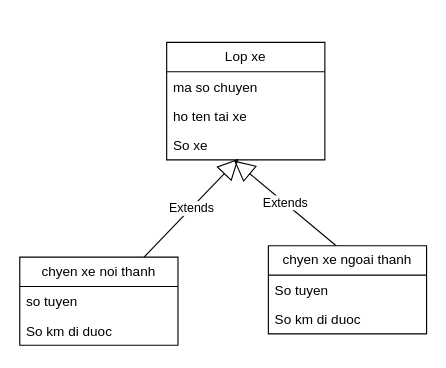
Minhhop09/labb5 keeps this draw.io diagram as Biểu đồ không có tiêu đề.drawio. Above is the earlier version. Source tidied: cells renumbered, new cells numbered last; positions are measured from the earlier drawing's top-left corner, leaving out a move shared by most shapes. Both pictures are drawn from the tidied source at 113%, with x=0, y=0 at pixel (19, 42).
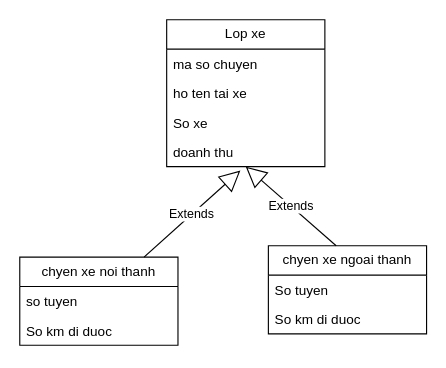
After the change.

Commit message (it also covers changes not shown here):
uml chuyen xe

The edit, as a diff of the source:
```diff
@@
 <mxGraphModel>
   <root>
     <mxCell id="0" />
     <mxCell id="1" parent="0" />
     <mxCell id="2" value="Lop xe" style="swimlane;fontStyle=0;horizontal=1;startSize=26;fillColor=none;whiteSpace=wrap;html=1;" parent="1" vertex="1">
-      <mxGeometry x="130" width="140" height="104" as="geometry" />
+      <mxGeometry x="130" y="-20" width="140" height="130" as="geometry" />
     </mxCell>
     <mxCell id="3" value="ma so chuyen" style="text;strokeColor=none;fillColor=none;align=left;verticalAlign=top;spacingLeft=4;spacingRight=4;overflow=hidden;whiteSpace=wrap;html=1;" parent="2" vertex="1">
       <mxGeometry y="26" width="140" height="26" as="geometry" />
     </mxCell>
     <mxCell id="4" value="ho ten tai xe" style="text;strokeColor=none;fillColor=none;align=left;verticalAlign=top;spacingLeft=4;spacingRight=4;overflow=hidden;whiteSpace=wrap;html=1;" parent="2" vertex="1">
       <mxGeometry y="52" width="140" height="26" as="geometry" />
     </mxCell>
     <mxCell id="5" value="So xe" style="text;strokeColor=none;fillColor=none;align=left;verticalAlign=top;spacingLeft=4;spacingRight=4;overflow=hidden;points=[[0,0.5],[1,0.5]];portConstraint=eastwest;whiteSpace=wrap;html=1;" parent="2" vertex="1">
       <mxGeometry y="78" width="140" height="26" as="geometry" />
     </mxCell>
+    <mxCell id="14" value="doanh thu" style="text;strokeColor=none;fillColor=none;align=left;verticalAlign=top;spacingLeft=4;spacingRight=4;overflow=hidden;points=[[0,0.5],[1,0.5]];portConstraint=eastwest;whiteSpace=wrap;html=1;" parent="2" vertex="1">
+      <mxGeometry y="104" width="140" height="26" as="geometry" />
+    </mxCell>
-    <mxCell id="6" value="Extends" style="endArrow=block;endSize=16;endFill=0;html=1;rounded=0;entryX=0.426;entryY=1.023;entryDx=0;entryDy=0;entryPerimeter=0;" parent="1" edge="1" target="5">
+    <mxCell id="6" value="Extends" style="endArrow=block;endSize=16;endFill=0;html=1;rounded=0;entryX=0.5;entryY=1;entryDx=0;entryDy=0;entryPerimeter=0;" parent="1" edge="1" target="14">
       <mxGeometry relative="1" as="geometry">
         <mxPoint x="280" y="180" as="sourcePoint" />
       </mxGeometry>
     </mxCell>
-    <mxCell id="7" value="Extends" style="endArrow=block;endSize=16;endFill=0;html=1;rounded=0;entryX=0.454;entryY=0.962;entryDx=0;entryDy=0;entryPerimeter=0;" parent="1" edge="1" target="5">
+    <mxCell id="7" value="Extends" style="endArrow=block;endSize=16;endFill=0;html=1;rounded=0;entryX=0.466;entryY=1.131;entryDx=0;entryDy=0;entryPerimeter=0;" parent="1" edge="1" target="14">
       <mxGeometry relative="1" as="geometry">
         <mxPoint x="110" y="190" as="sourcePoint" />
       </mxGeometry>
     </mxCell>
     <mxCell id="8" value="chyen xe noi thanh" style="swimlane;fontStyle=0;horizontal=1;startSize=26;fillColor=none;whiteSpace=wrap;html=1;" parent="1" vertex="1">
       <mxGeometry y="190" width="140" height="78" as="geometry" />
     </mxCell>
     <mxCell id="9" value="so tuyen" style="text;strokeColor=none;fillColor=none;align=left;verticalAlign=top;spacingLeft=4;spacingRight=4;overflow=hidden;whiteSpace=wrap;html=1;" parent="8" vertex="1">
       <mxGeometry y="26" width="140" height="26" as="geometry" />
     </mxCell>
     <mxCell id="10" value="So km di duoc" style="text;strokeColor=none;fillColor=none;align=left;verticalAlign=top;spacingLeft=4;spacingRight=4;overflow=hidden;whiteSpace=wrap;html=1;" parent="8" vertex="1">
       <mxGeometry y="52" width="140" height="26" as="geometry" />
     </mxCell>
     <mxCell id="11" value="chyen xe ngoai thanh" style="swimlane;fontStyle=0;horizontal=1;startSize=26;fillColor=none;whiteSpace=wrap;html=1;" parent="1" vertex="1">
       <mxGeometry x="220" y="180" width="140" height="78" as="geometry" />
     </mxCell>
     <mxCell id="12" value="So tuyen" style="text;strokeColor=none;fillColor=none;align=left;verticalAlign=top;spacingLeft=4;spacingRight=4;overflow=hidden;whiteSpace=wrap;html=1;" parent="11" vertex="1">
       <mxGeometry y="26" width="140" height="26" as="geometry" />
     </mxCell>
     <mxCell id="13" value="So km di duoc" style="text;strokeColor=none;fillColor=none;align=left;verticalAlign=top;spacingLeft=4;spacingRight=4;overflow=hidden;whiteSpace=wrap;html=1;" parent="11" vertex="1">
       <mxGeometry y="52" width="140" height="26" as="geometry" />
     </mxCell>
   </root>
 </mxGraphModel>
```
